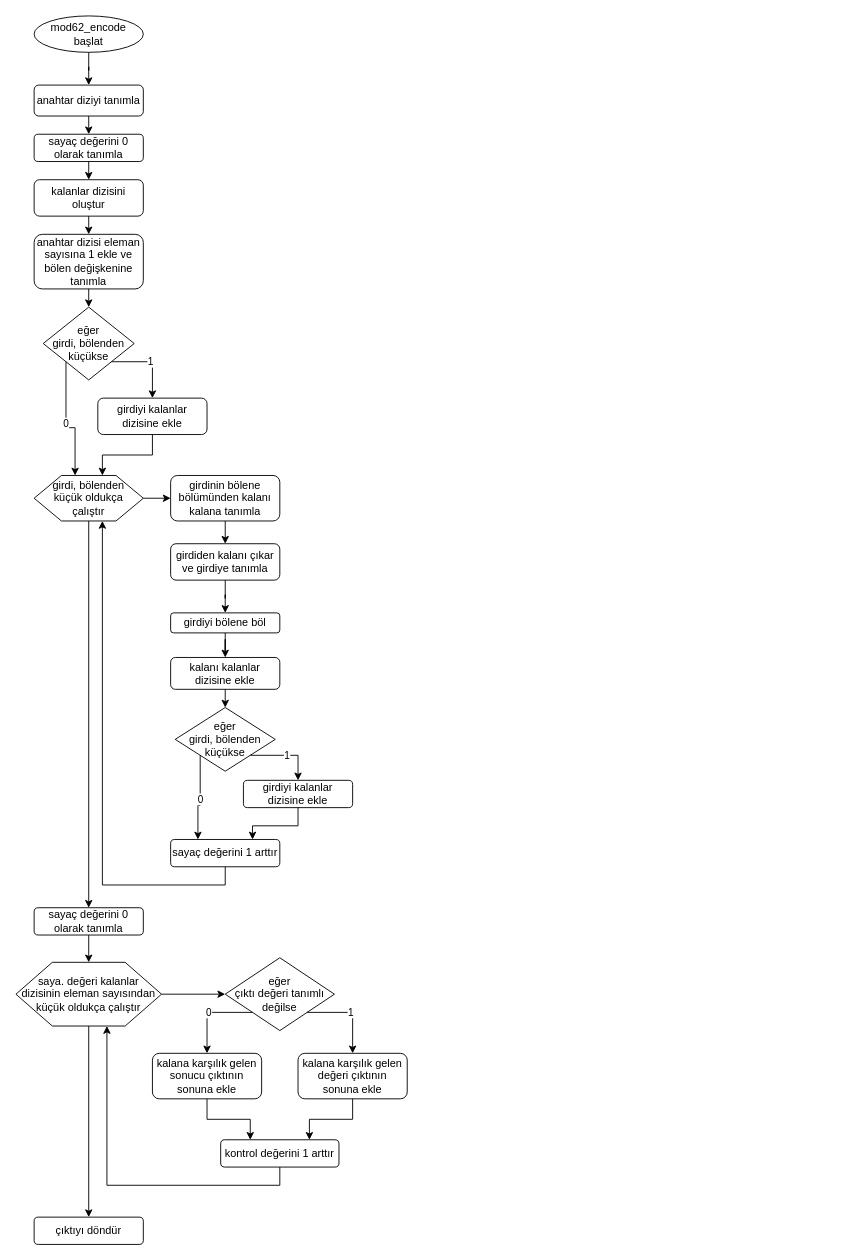
Before: mod62.drawio in muaz742/mod62, a draw.io diagram. Source tidied: cells renumbered, new cells numbered last; positions are measured from the earlier drawing's top-left corner, leaving out a move shared by most shapes. Both pictures are drawn from the tidied source at 91%, with x=0, y=0 at pixel (15, 15).
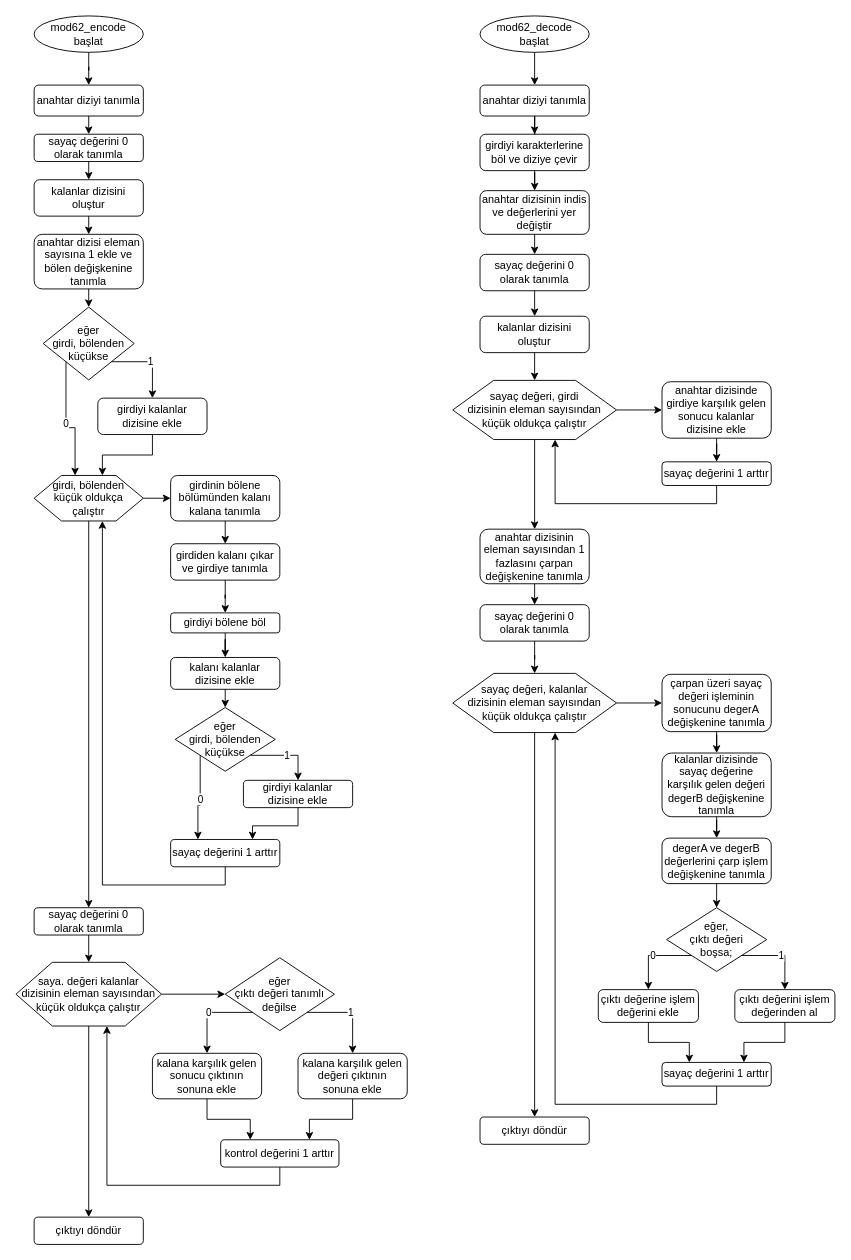
After the change.

Diff of the diagram source:
```diff
@@
+    <mxCell id="50" style="edgeStyle=orthogonalEdgeStyle;rounded=0;jettySize=auto;html=1;exitX=0.5;exitY=1;exitDx=0;exitDy=0;entryX=0.5;entryY=0;entryDx=0;entryDy=0;" parent="1" edge="1" source="51" target="53">
+      <mxGeometry relative="1" as="geometry" />
+    </mxCell>
+    <mxCell id="51" value="mod62_decode&lt;br&gt;başlat&lt;br&gt;" style="ellipse;whiteSpace=wrap;html=1;strokeColor=#000000;fillColor=none;gradientColor=none;align=center;" parent="1" vertex="1">
+      <mxGeometry x="510" width="120" height="40" as="geometry" />
+    </mxCell>
@@
+    <mxCell id="52" style="edgeStyle=orthogonalEdgeStyle;rounded=0;jettySize=auto;html=1;" parent="1" edge="1" source="53" target="55">
+      <mxGeometry relative="1" as="geometry" />
+    </mxCell>
+    <mxCell id="53" value="anahtar diziyi tanımla" style="rounded=1;whiteSpace=wrap;html=1;strokeColor=#000000;fillColor=none;gradientColor=none;align=center;" parent="1" vertex="1">
+      <mxGeometry x="510" y="76" width="120" height="34" as="geometry" />
+    </mxCell>
+    <mxCell id="54" style="edgeStyle=orthogonalEdgeStyle;rounded=0;jettySize=auto;html=1;" parent="1" edge="1" source="55" target="57">
+      <mxGeometry relative="1" as="geometry" />
+    </mxCell>
+    <mxCell id="55" value="girdiyi karakterlerine böl ve diziye çevir" style="rounded=1;whiteSpace=wrap;html=1;strokeColor=#000000;fillColor=none;gradientColor=none;align=center;" parent="1" vertex="1">
+      <mxGeometry x="510" y="130" width="120" height="40" as="geometry" />
+    </mxCell>
+    <mxCell id="56" style="edgeStyle=orthogonalEdgeStyle;rounded=0;jettySize=auto;html=1;exitX=0.5;exitY=1;exitDx=0;exitDy=0;entryX=0.5;entryY=0;entryDx=0;entryDy=0;" parent="1" edge="1" source="57" target="59">
+      <mxGeometry relative="1" as="geometry" />
+    </mxCell>
+    <mxCell id="57" value="anahtar dizisinin indis ve değerlerini yer değiştir" style="rounded=1;whiteSpace=wrap;html=1;strokeColor=#000000;fillColor=none;gradientColor=none;align=center;" parent="1" vertex="1">
+      <mxGeometry x="510" y="192" width="120" height="48" as="geometry" />
+    </mxCell>
@@
+    <mxCell id="58" style="edgeStyle=orthogonalEdgeStyle;rounded=0;jettySize=auto;html=1;exitX=0.5;exitY=1;exitDx=0;exitDy=0;entryX=0.5;entryY=0;entryDx=0;entryDy=0;" parent="1" edge="1" source="59" target="73">
+      <mxGeometry relative="1" as="geometry" />
+    </mxCell>
+    <mxCell id="59" value="sayaç değerini 0 olarak tanımla" style="rounded=1;whiteSpace=wrap;html=1;strokeColor=#000000;fillColor=none;gradientColor=none;align=center;" parent="1" vertex="1">
+      <mxGeometry x="510" y="262" width="120" height="40" as="geometry" />
+    </mxCell>
+    <mxCell id="60" style="edgeStyle=orthogonalEdgeStyle;rounded=0;jettySize=auto;html=1;" parent="1" edge="1" source="61" target="79">
+      <mxGeometry relative="1" as="geometry" />
+    </mxCell>
+    <mxCell id="61" value="sayaç değerini 0 olarak tanımla" style="rounded=1;whiteSpace=wrap;html=1;strokeColor=#000000;fillColor=none;gradientColor=none;align=center;" parent="1" vertex="1">
+      <mxGeometry x="510" y="647" width="120" height="40" as="geometry" />
+    </mxCell>
+    <mxCell id="62" style="edgeStyle=orthogonalEdgeStyle;rounded=0;jettySize=auto;html=1;" parent="1" edge="1" source="63" target="65">
+      <mxGeometry relative="1" as="geometry" />
+    </mxCell>
+    <mxCell id="63" value="çarpan üzeri sayaç değeri işleminin sonucunu degerA değişkenine tanımla" style="rounded=1;whiteSpace=wrap;html=1;strokeColor=#000000;fillColor=none;gradientColor=none;align=center;" parent="1" vertex="1">
+      <mxGeometry x="710" y="723.5" width="120" height="63" as="geometry" />
+    </mxCell>
+    <mxCell id="64" style="edgeStyle=orthogonalEdgeStyle;rounded=0;jettySize=auto;html=1;" parent="1" edge="1" source="65" target="67">
+      <mxGeometry relative="1" as="geometry" />
+    </mxCell>
+    <mxCell id="65" value="kalanlar dizisinde sayaç değerine karşılık gelen değeri degerB değişkenine tanımla" style="rounded=1;whiteSpace=wrap;html=1;strokeColor=#000000;fillColor=none;gradientColor=none;align=center;" parent="1" vertex="1">
+      <mxGeometry x="710" y="810" width="120" height="70" as="geometry" />
+    </mxCell>
+    <mxCell id="66" style="edgeStyle=orthogonalEdgeStyle;rounded=0;jettySize=auto;html=1;exitX=0.5;exitY=1;exitDx=0;exitDy=0;entryX=0.5;entryY=0;entryDx=0;entryDy=0;" parent="1" edge="1" source="67" target="90">
+      <mxGeometry relative="1" as="geometry" />
+    </mxCell>
+    <mxCell id="67" value="degerA ve degerB değerlerini çarp işlem değişkenine tanımla" style="rounded=1;whiteSpace=wrap;html=1;strokeColor=#000000;fillColor=none;gradientColor=none;align=center;" parent="1" vertex="1">
+      <mxGeometry x="710" y="903.5" width="120" height="50" as="geometry" />
+    </mxCell>
+    <mxCell id="68" style="edgeStyle=orthogonalEdgeStyle;rounded=0;jettySize=auto;html=1;exitX=0.5;exitY=1;exitDx=0;exitDy=0;entryX=0.75;entryY=0;entryDx=0;entryDy=0;" parent="1" edge="1" source="69" target="85">
+      <mxGeometry relative="1" as="geometry" />
+    </mxCell>
+    <mxCell id="69" value="çıktı değerini işlem değerinden al" style="rounded=1;whiteSpace=wrap;html=1;strokeColor=#000000;fillColor=none;gradientColor=none;align=center;" parent="1" vertex="1">
+      <mxGeometry x="790" y="1070" width="110" height="36" as="geometry" />
+    </mxCell>
+    <mxCell id="70" style="edgeStyle=orthogonalEdgeStyle;rounded=0;jettySize=auto;html=1;exitX=0.5;exitY=1;exitDx=0;exitDy=0;entryX=0.25;entryY=0;entryDx=0;entryDy=0;" parent="1" edge="1" source="71" target="85">
+      <mxGeometry relative="1" as="geometry" />
+    </mxCell>
+    <mxCell id="71" value="çıktı değerine işlem değerini ekle" style="rounded=1;whiteSpace=wrap;html=1;strokeColor=#000000;fillColor=none;gradientColor=none;align=center;" parent="1" vertex="1">
+      <mxGeometry x="640" y="1070" width="110" height="36" as="geometry" />
+    </mxCell>
@@
+    <mxCell id="72" style="edgeStyle=orthogonalEdgeStyle;rounded=0;jettySize=auto;html=1;exitX=0.5;exitY=1;exitDx=0;exitDy=0;entryX=0.5;entryY=0;entryDx=0;entryDy=0;" parent="1" edge="1" source="73" target="76">
+      <mxGeometry relative="1" as="geometry" />
+    </mxCell>
+    <mxCell id="73" value="kalanlar dizisini oluştur" style="rounded=1;whiteSpace=wrap;html=1;strokeColor=#000000;fillColor=none;gradientColor=none;align=center;" parent="1" vertex="1">
+      <mxGeometry x="510" y="330" width="120" height="40" as="geometry" />
+    </mxCell>
@@
+    <mxCell id="74" style="edgeStyle=orthogonalEdgeStyle;rounded=0;jettySize=auto;html=1;" parent="1" edge="1" source="76" target="81">
+      <mxGeometry relative="1" as="geometry" />
+    </mxCell>
+    <mxCell id="75" style="edgeStyle=orthogonalEdgeStyle;rounded=0;jettySize=auto;html=1;exitX=0.5;exitY=1;exitDx=0;exitDy=0;entryX=0.5;entryY=0;entryDx=0;entryDy=0;" parent="1" edge="1" source="76" target="87">
+      <mxGeometry relative="1" as="geometry" />
+    </mxCell>
+    <mxCell id="76" value="sayaç değeri, girdi&lt;br&gt;dizisinin eleman sayısından küçük oldukça çalıştır" style="shape=hexagon;perimeter=hexagonPerimeter2;whiteSpace=wrap;html=1;strokeColor=#000000;fillColor=none;gradientColor=none;align=center;" parent="1" vertex="1">
+      <mxGeometry x="480" y="400.5" width="180" height="65" as="geometry" />
+    </mxCell>
+    <mxCell id="77" style="edgeStyle=orthogonalEdgeStyle;rounded=0;jettySize=auto;html=1;" parent="1" edge="1" source="79" target="63">
+      <mxGeometry relative="1" as="geometry" />
+    </mxCell>
+    <mxCell id="78" style="edgeStyle=orthogonalEdgeStyle;rounded=0;jettySize=auto;html=1;exitX=0.5;exitY=1;exitDx=0;exitDy=0;entryX=0.5;entryY=0;entryDx=0;entryDy=0;" parent="1" edge="1" source="79" target="91">
+      <mxGeometry relative="1" as="geometry" />
+    </mxCell>
+    <mxCell id="79" value="sayaç değeri, kalanlar&lt;br&gt;dizisinin eleman sayısından küçük oldukça çalıştır" style="shape=hexagon;perimeter=hexagonPerimeter2;whiteSpace=wrap;html=1;strokeColor=#000000;fillColor=none;gradientColor=none;align=center;" parent="1" vertex="1">
+      <mxGeometry x="480" y="722.5" width="180" height="65" as="geometry" />
+    </mxCell>
@@
+    <mxCell id="80" style="edgeStyle=orthogonalEdgeStyle;rounded=0;jettySize=auto;html=1;" parent="1" edge="1" source="81" target="83">
+      <mxGeometry relative="1" as="geometry" />
+    </mxCell>
+    <mxCell id="81" value="anahtar dizisinde girdiye karşılık gelen sonucu kalanlar dizisine ekle" style="rounded=1;whiteSpace=wrap;html=1;strokeColor=#000000;fillColor=none;gradientColor=none;align=center;" parent="1" vertex="1">
+      <mxGeometry x="710" y="402" width="120" height="62" as="geometry" />
+    </mxCell>
+    <mxCell id="82" style="edgeStyle=orthogonalEdgeStyle;rounded=0;jettySize=auto;html=1;exitX=0.5;exitY=1;exitDx=0;exitDy=0;entryX=0.625;entryY=1;entryDx=0;entryDy=0;" parent="1" edge="1" source="83" target="76">
+      <mxGeometry relative="1" as="geometry" />
+    </mxCell>
+    <mxCell id="83" value="sayaç değerini 1 arttır" style="rounded=1;whiteSpace=wrap;html=1;strokeColor=#000000;fillColor=none;gradientColor=none;align=center;" parent="1" vertex="1">
+      <mxGeometry x="710" y="490" width="120" height="26" as="geometry" />
+    </mxCell>
+    <mxCell id="84" style="edgeStyle=orthogonalEdgeStyle;rounded=0;jettySize=auto;html=1;exitX=0.5;exitY=1;exitDx=0;exitDy=0;entryX=0.625;entryY=1;entryDx=0;entryDy=0;" parent="1" edge="1" source="85" target="79">
+      <mxGeometry relative="1" as="geometry" />
+    </mxCell>
+    <mxCell id="85" value="sayaç değerini 1 arttır" style="rounded=1;whiteSpace=wrap;html=1;strokeColor=#000000;fillColor=none;gradientColor=none;align=center;" parent="1" vertex="1">
+      <mxGeometry x="710" y="1150" width="120" height="26" as="geometry" />
+    </mxCell>
@@
+    <mxCell id="86" style="edgeStyle=orthogonalEdgeStyle;rounded=0;jettySize=auto;html=1;exitX=0.5;exitY=1;exitDx=0;exitDy=0;entryX=0.5;entryY=0;entryDx=0;entryDy=0;" parent="1" edge="1" source="87" target="61">
+      <mxGeometry relative="1" as="geometry" />
+    </mxCell>
+    <mxCell id="87" value="anahtar dizisinin eleman sayısından 1 fazlasını çarpan değişkenine tanımla" style="rounded=1;whiteSpace=wrap;html=1;strokeColor=#000000;fillColor=none;gradientColor=none;align=center;" parent="1" vertex="1">
+      <mxGeometry x="510" y="564" width="120" height="60" as="geometry" />
+    </mxCell>
@@
+    <mxCell id="88" value="1" style="edgeStyle=orthogonalEdgeStyle;rounded=0;jettySize=auto;html=1;exitX=1;exitY=1;exitDx=0;exitDy=0;entryX=0.5;entryY=0;entryDx=0;entryDy=0;" parent="1" edge="1" source="90" target="69">
+      <mxGeometry relative="1" as="geometry">
+        <Array as="points">
+          <mxPoint x="845" y="1032" />
+          <mxPoint x="875" y="1032" />
+        </Array>
+      </mxGeometry>
+    </mxCell>
+    <mxCell id="89" value="0" style="edgeStyle=orthogonalEdgeStyle;rounded=0;jettySize=auto;html=1;exitX=0;exitY=1;exitDx=0;exitDy=0;entryX=0.5;entryY=0;entryDx=0;entryDy=0;" parent="1" edge="1" source="90" target="71">
+      <mxGeometry relative="1" as="geometry">
+        <Array as="points">
+          <mxPoint x="695" y="1032" />
+        </Array>
+      </mxGeometry>
+    </mxCell>
+    <mxCell id="90" value="eğer,&lt;br&gt;çıktı değeri&lt;br&gt;boşsa;&lt;br&gt;" style="rhombus;whiteSpace=wrap;html=1;strokeColor=#000000;fillColor=none;gradientColor=none;align=center;" parent="1" vertex="1">
+      <mxGeometry x="715" y="980" width="110" height="70" as="geometry" />
+    </mxCell>
@@
+    <mxCell id="91" value="çıktıyı döndür" style="rounded=1;whiteSpace=wrap;html=1;strokeColor=#000000;fillColor=none;gradientColor=none;align=center;" parent="1" vertex="1">
+      <mxGeometry x="510" y="1210" width="120" height="30" as="geometry" />
+    </mxCell>
```
